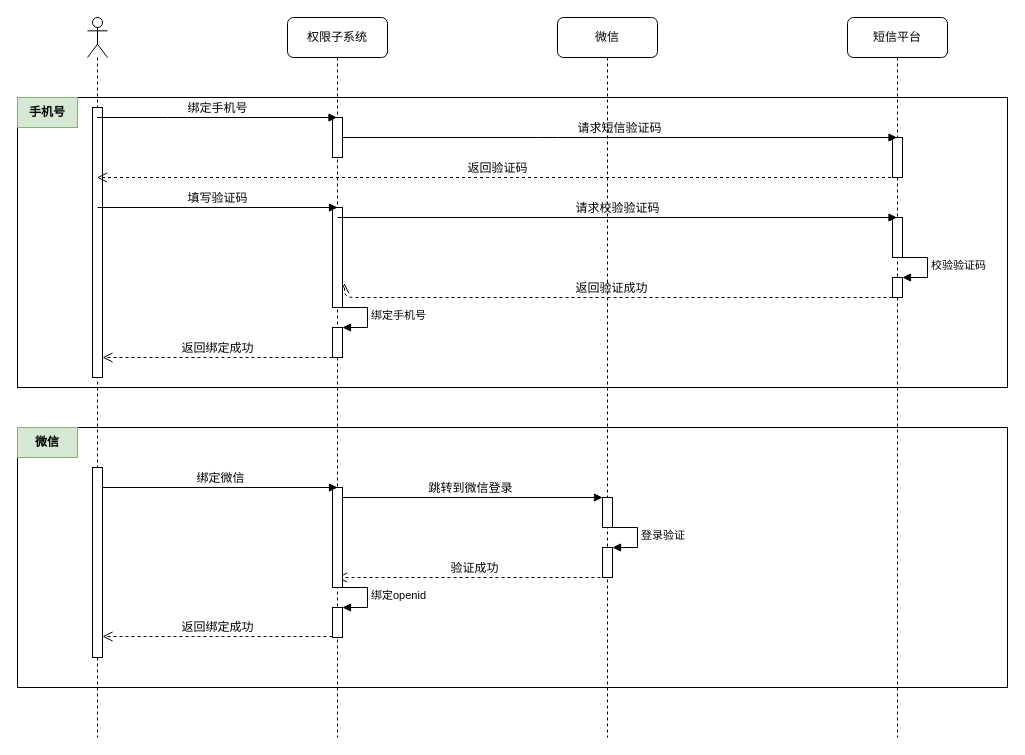
Earlier version of the draw.io diagram 账号分配.drawio (deanzz/blog). Source tidied: cells renumbered, new cells numbered last; positions are measured from the earlier drawing's top-left corner, leaving out a move shared by most shapes. Both pictures are drawn from the tidied source at 100%, with x=0, y=0 at pixel (17, 17).
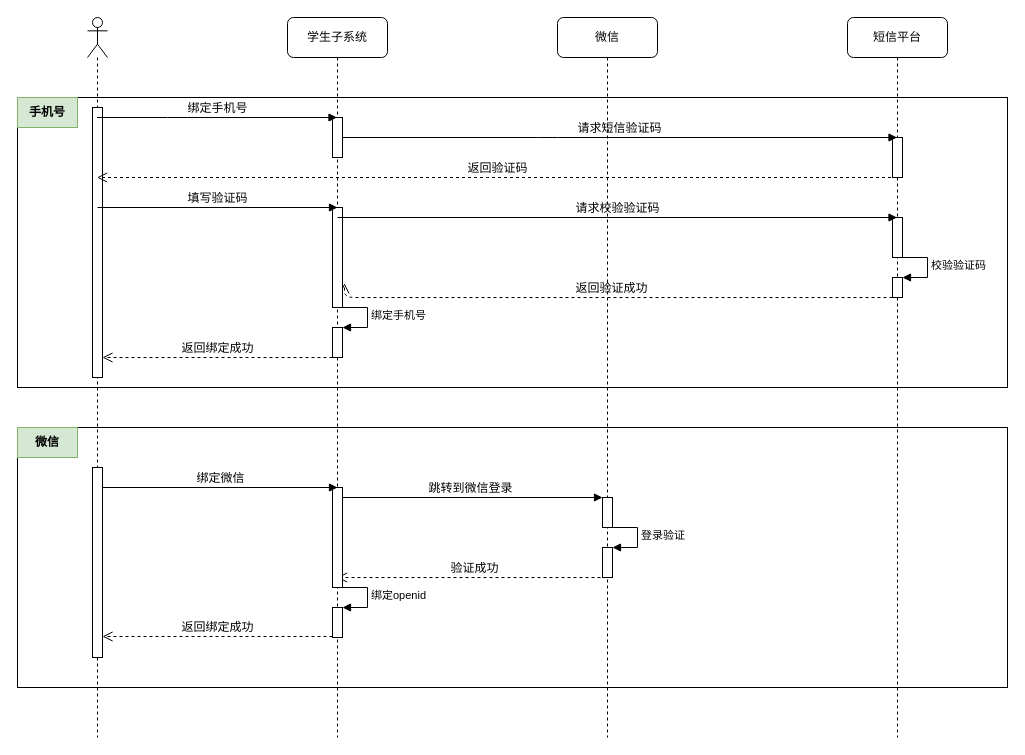
Above is the later version.

What changed in the source:
```diff
@@
-    <mxCell id="16" value="权限子系统" style="shape=umlLifeline;perimeter=lifelinePerimeter;whiteSpace=wrap;html=1;outlineConnect=0;rounded=1;shadow=0;comic=0;labelBackgroundColor=none;strokeWidth=1;fontFamily=Verdana;fontSize=12;align=center;" parent="1" vertex="1">
+    <mxCell id="16" value="学生子系统" style="shape=umlLifeline;perimeter=lifelinePerimeter;whiteSpace=wrap;html=1;outlineConnect=0;rounded=1;shadow=0;comic=0;labelBackgroundColor=none;strokeWidth=1;fontFamily=Verdana;fontSize=12;align=center;" parent="1" vertex="1">
       <mxGeometry x="270" width="100" height="720" as="geometry" />
     </mxCell>
```
